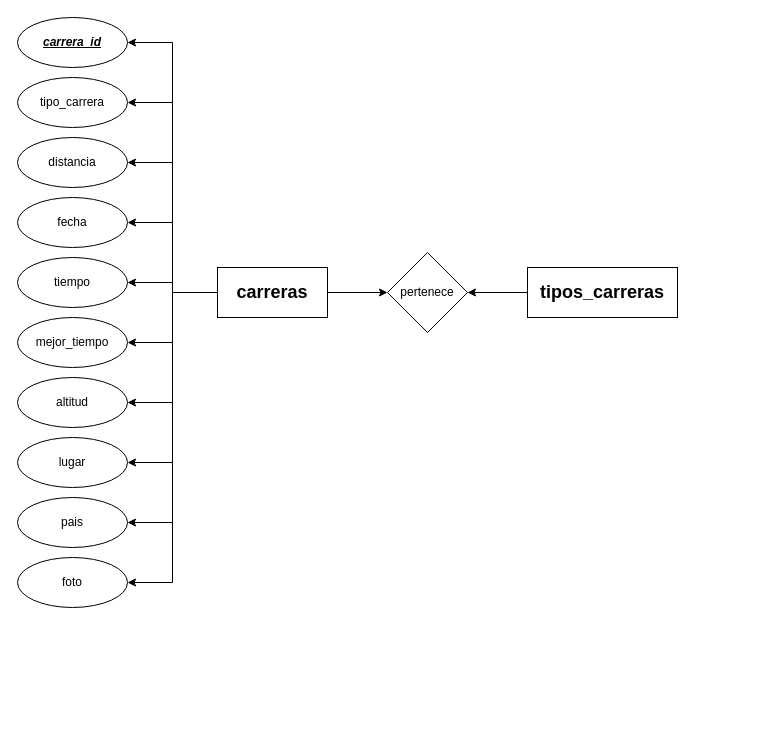
sergioromero2k/DataTheoryRepo keeps this draw.io diagram as Diagrama sin título.drawio. Above is the earlier version. Source tidied: cells renumbered, new cells numbered last; positions are measured from the earlier drawing's top-left corner, leaving out a move shared by most shapes. Both pictures are drawn from the tidied source at 100%, with x=0, y=0 at pixel (17, 17).
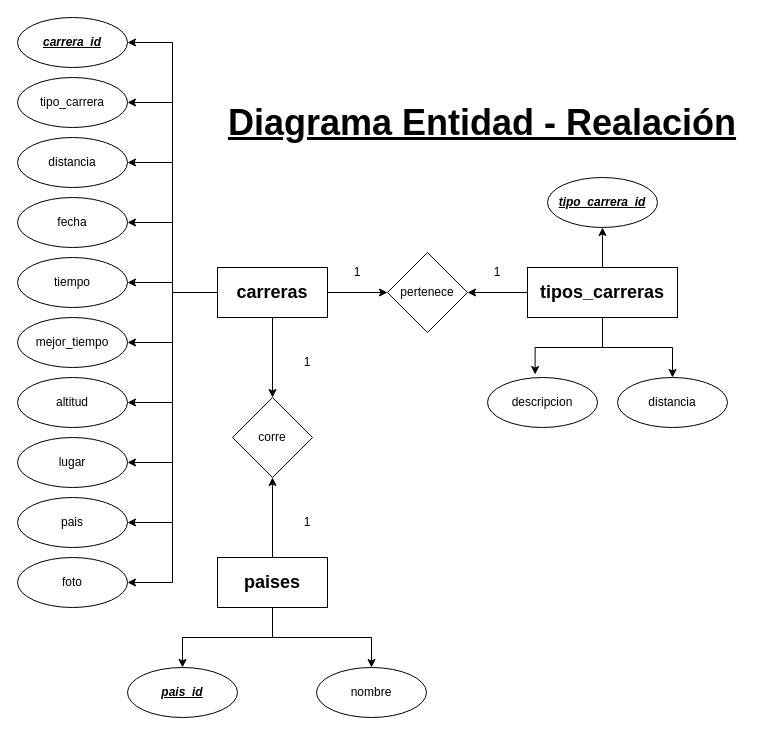
After the change.

Commit message:
Actualizar Diagrama 2.drawio

Unchanged cells that the change refers to:
```xml
<mxCell id="13" value="&lt;font style=&quot;font-size: 18px;&quot;&gt;carreras&lt;/font&gt;" style="rounded=0;whiteSpace=wrap;html=1;fontFamily=Helvetica;fontStyle=1;" parent="1" vertex="1">
  <mxGeometry x="200" y="250" width="110" height="50" as="geometry" />
</mxCell>
<mxCell id="25" value="&lt;font style=&quot;font-size: 18px;&quot;&gt;tipos_carreras&lt;/font&gt;" style="rounded=0;whiteSpace=wrap;html=1;fontFamily=Helvetica;fontStyle=1;" parent="1" vertex="1">
  <mxGeometry x="510" y="250" width="150" height="50" as="geometry" />
</mxCell>
```

The edit, as a diff of the source:
```diff
@@
+    <mxCell id="27" style="edgeStyle=orthogonalEdgeStyle;rounded=0;jettySize=auto;html=1;entryX=0.5;entryY=0;entryDx=0;entryDy=0;" parent="1" edge="1" source="13" target="34">
+      <mxGeometry relative="1" as="geometry" />
+    </mxCell>
@@
+    <mxCell id="28" style="edgeStyle=orthogonalEdgeStyle;rounded=0;jettySize=auto;html=1;entryX=0.5;entryY=0;entryDx=0;entryDy=0;" parent="1" edge="1" source="25" target="32">
+      <mxGeometry relative="1" as="geometry" />
+    </mxCell>
+    <mxCell id="29" style="edgeStyle=orthogonalEdgeStyle;rounded=0;jettySize=auto;html=1;entryX=0.5;entryY=1;entryDx=0;entryDy=0;" parent="1" edge="1" source="25" target="30">
+      <mxGeometry relative="1" as="geometry" />
+    </mxCell>
@@
+    <mxCell id="30" value="&lt;i&gt;&lt;font style=&quot;font-size: 12px;&quot;&gt;&lt;u style=&quot;&quot;&gt;&lt;b&gt;tipo_carrera_id&lt;/b&gt;&lt;/u&gt;&lt;/font&gt;&lt;/i&gt;" style="ellipse;whiteSpace=wrap;html=1;" parent="1" vertex="1">
+      <mxGeometry x="530" y="160" width="110" height="50" as="geometry" />
+    </mxCell>
+    <mxCell id="31" value="&lt;font style=&quot;font-size: 12px;&quot;&gt;descripcion&lt;/font&gt;" style="ellipse;whiteSpace=wrap;html=1;" parent="1" vertex="1">
+      <mxGeometry x="470" y="360" width="110" height="50" as="geometry" />
+    </mxCell>
+    <mxCell id="32" value="&lt;font style=&quot;font-size: 12px;&quot;&gt;distancia&lt;/font&gt;" style="ellipse;whiteSpace=wrap;html=1;" parent="1" vertex="1">
+      <mxGeometry x="600" y="360" width="110" height="50" as="geometry" />
+    </mxCell>
+    <mxCell id="33" style="edgeStyle=orthogonalEdgeStyle;rounded=0;jettySize=auto;html=1;entryX=0.433;entryY=-0.06;entryDx=0;entryDy=0;entryPerimeter=0;" parent="1" edge="1" source="25" target="31">
+      <mxGeometry relative="1" as="geometry" />
+    </mxCell>
+    <mxCell id="34" value="corre" style="rhombus;whiteSpace=wrap;html=1;" parent="1" vertex="1">
+      <mxGeometry x="215" y="380" width="80" height="80" as="geometry" />
+    </mxCell>
+    <mxCell id="35" value="1" style="text;html=1;align=center;verticalAlign=middle;whiteSpace=wrap;rounded=0;" parent="1" vertex="1">
+      <mxGeometry x="310" y="240" width="60" height="30" as="geometry" />
+    </mxCell>
+    <mxCell id="36" value="1" style="text;html=1;align=center;verticalAlign=middle;whiteSpace=wrap;rounded=0;" parent="1" vertex="1">
+      <mxGeometry x="450" y="240" width="60" height="30" as="geometry" />
+    </mxCell>
+    <mxCell id="37" value="&lt;b&gt;&lt;font style=&quot;font-size: 36px;&quot;&gt;&lt;u&gt;Diagrama Entidad - Realación&lt;/u&gt;&lt;/font&gt;&lt;/b&gt;" style="text;html=1;align=center;verticalAlign=middle;whiteSpace=wrap;rounded=0;" parent="1" vertex="1">
+      <mxGeometry x="200" y="70" width="530" height="70" as="geometry" />
+    </mxCell>
+    <mxCell id="38" value="&lt;font style=&quot;font-size: 12px;&quot;&gt;&lt;b&gt;&lt;i&gt;&lt;u&gt;pais_id&lt;/u&gt;&lt;/i&gt;&lt;/b&gt;&lt;/font&gt;" style="ellipse;whiteSpace=wrap;html=1;" parent="1" vertex="1">
+      <mxGeometry x="110" y="650" width="110" height="50" as="geometry" />
+    </mxCell>
+    <mxCell id="39" style="edgeStyle=orthogonalEdgeStyle;rounded=0;jettySize=auto;html=1;entryX=0.5;entryY=0;entryDx=0;entryDy=0;" parent="1" edge="1" source="42" target="43">
+      <mxGeometry relative="1" as="geometry" />
+    </mxCell>
+    <mxCell id="40" style="edgeStyle=orthogonalEdgeStyle;rounded=0;jettySize=auto;html=1;entryX=0.5;entryY=0;entryDx=0;entryDy=0;" parent="1" edge="1" source="42" target="38">
+      <mxGeometry relative="1" as="geometry" />
+    </mxCell>
+    <mxCell id="41" style="edgeStyle=orthogonalEdgeStyle;rounded=0;jettySize=auto;html=1;entryX=0.5;entryY=1;entryDx=0;entryDy=0;" parent="1" edge="1" source="42" target="34">
+      <mxGeometry relative="1" as="geometry" />
+    </mxCell>
+    <mxCell id="42" value="&lt;font style=&quot;font-size: 18px;&quot;&gt;paises&lt;/font&gt;" style="rounded=0;whiteSpace=wrap;html=1;fontFamily=Helvetica;fontStyle=1;" parent="1" vertex="1">
+      <mxGeometry x="200" y="540" width="110" height="50" as="geometry" />
+    </mxCell>
+    <mxCell id="43" value="&lt;font style=&quot;font-size: 12px;&quot;&gt;nombre&lt;/font&gt;" style="ellipse;whiteSpace=wrap;html=1;" parent="1" vertex="1">
+      <mxGeometry x="299" y="650" width="110" height="50" as="geometry" />
+    </mxCell>
+    <mxCell id="44" value="1" style="text;html=1;align=center;verticalAlign=middle;whiteSpace=wrap;rounded=0;" parent="1" vertex="1">
+      <mxGeometry x="260" y="330" width="60" height="30" as="geometry" />
+    </mxCell>
+    <mxCell id="45" value="1" style="text;html=1;align=center;verticalAlign=middle;whiteSpace=wrap;rounded=0;" parent="1" vertex="1">
+      <mxGeometry x="260" y="490" width="60" height="30" as="geometry" />
+    </mxCell>
```
